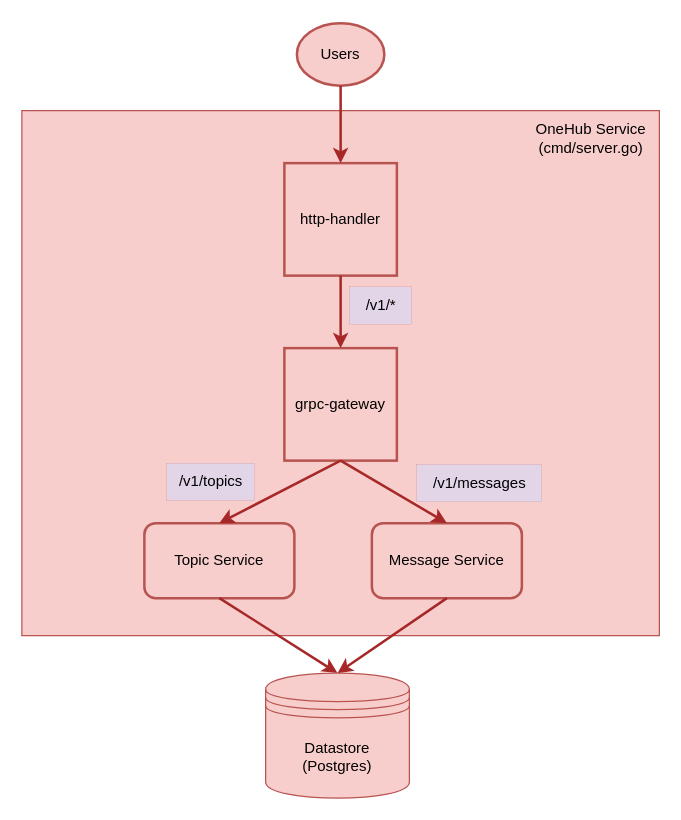
Before: page "Current Architecture" (1 of 2) of public/static/images/Untitled Diagram.drawio in panyam/blog, a draw.io diagram. Source tidied: cells renumbered, new cells numbered last; positions are measured from the earlier drawing's top-left corner, leaving out a move shared by most shapes. Both pictures are drawn from the tidied source at 125%, with x=0, y=0 at pixel (21, 22).
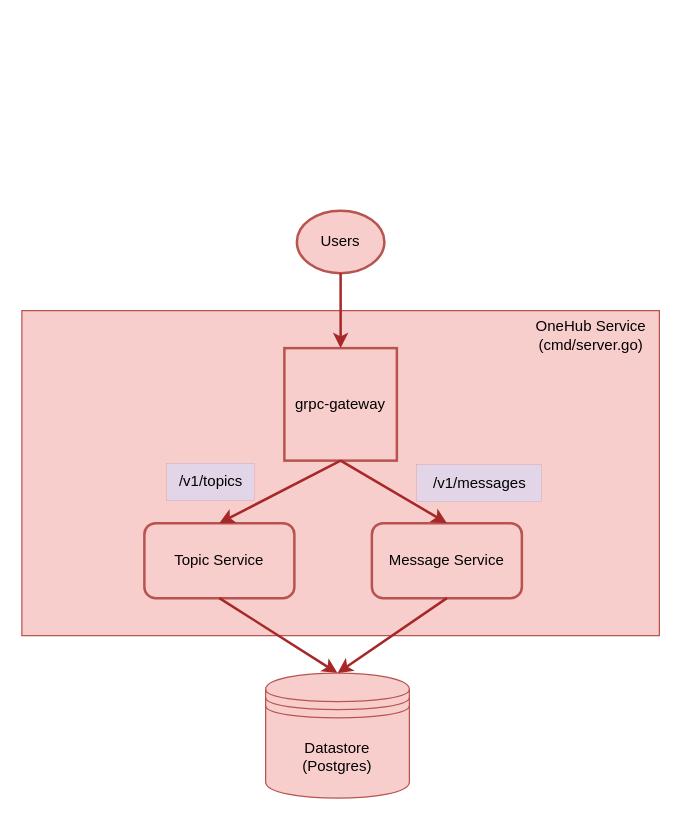
The same diagram, later.

Commit message:
Remove httphandler from current architecture

Change to the diagram source:
```diff
@@
 <mxGraphModel>
   <root>
     <mxCell id="0" />
     <mxCell id="1" parent="0" />
+    <mxCell id="19" style="edgeStyle=orthogonalEdgeStyle;rounded=0;jettySize=auto;html=1;entryX=0.5;entryY=0;entryDx=0;entryDy=0;" parent="1" edge="1" source="2" target="5">
+      <mxGeometry relative="1" as="geometry" />
+    </mxCell>
     <mxCell id="2" style="verticalLabelPosition=bottom;verticalAlign=top;html=1;shape=mxgraph.basic.rect;fillColor2=none;strokeWidth=1;size=20;indent=5;fillColor=#f8cecc;strokeColor=#b85450;" parent="1" vertex="1">
-      <mxGeometry y="70" width="510" height="420" as="geometry" />
+      <mxGeometry y="230" width="510" height="260" as="geometry" />
     </mxCell>
-    <mxCell id="3" value="http-handler" style="whiteSpace=wrap;html=1;fillColor=#f8cecc;strokeColor=#b85450;strokeWidth=2;" parent="1" vertex="1">
-      <mxGeometry x="210" y="112" width="90" height="90" as="geometry" />
-    </mxCell>
     <mxCell id="4" value="Users" style="ellipse;whiteSpace=wrap;html=1;strokeWidth=2;fillColor=#f8cecc;strokeColor=#b85450;" parent="1" vertex="1">
-      <mxGeometry x="220" width="70" height="50" as="geometry" />
+      <mxGeometry x="220" y="150" width="70" height="50" as="geometry" />
     </mxCell>
     <mxCell id="5" value="grpc-gateway" style="whiteSpace=wrap;html=1;fillColor=#f8cecc;strokeColor=#b85450;strokeWidth=2;" parent="1" vertex="1">
       <mxGeometry x="210" y="260" width="90" height="90" as="geometry" />
     </mxCell>
-    <mxCell id="6" style="endArrow=classic;html=1;rounded=0;exitX=0.5;exitY=1;exitDx=0;exitDy=0;entryX=0.5;entryY=0;entryDx=0;entryDy=0;strokeColor=#A62828;strokeWidth=2;fillColor=#e1d5e7;" parent="1" edge="1" source="3" target="5">
-      <mxGeometry relative="1" as="geometry" />
-    </mxCell>
     <mxCell id="7" value="Topic Service" style="rounded=1;whiteSpace=wrap;html=1;fillColor=#f8cecc;strokeColor=#b85450;strokeWidth=2;" parent="1" vertex="1">
       <mxGeometry x="98" y="400" width="120" height="60" as="geometry" />
     </mxCell>
     <mxCell id="8" value="Message Service" style="rounded=1;whiteSpace=wrap;html=1;fillColor=#f8cecc;strokeColor=#b85450;strokeWidth=2;" parent="1" vertex="1">
       <mxGeometry x="280" y="400" width="120" height="60" as="geometry" />
     </mxCell>
     <mxCell id="9" style="endArrow=classic;html=1;rounded=0;exitX=0.5;exitY=1;exitDx=0;exitDy=0;entryX=0.5;entryY=0;entryDx=0;entryDy=0;strokeColor=#A62828;strokeWidth=2;fillColor=#e1d5e7;" parent="1" edge="1" source="5" target="7">
       <mxGeometry relative="1" as="geometry" />
     </mxCell>
     <mxCell id="10" style="endArrow=classic;html=1;rounded=0;exitX=0.5;exitY=1;exitDx=0;exitDy=0;entryX=0.5;entryY=0;entryDx=0;entryDy=0;strokeColor=#A62828;strokeWidth=2;fillColor=#e1d5e7;" parent="1" edge="1" source="5" target="8">
       <mxGeometry relative="1" as="geometry" />
     </mxCell>
     <mxCell id="11" style="endArrow=classic;html=1;rounded=0;exitX=0.5;exitY=1;exitDx=0;exitDy=0;strokeColor=#A62828;strokeWidth=2;fillColor=#e1d5e7;entryX=0.5;entryY=0;entryDx=0;entryDy=0;" parent="1" edge="1" source="8" target="17">
       <mxGeometry relative="1" as="geometry" />
     </mxCell>
     <mxCell id="12" style="endArrow=classic;html=1;rounded=0;exitX=0.5;exitY=1;exitDx=0;exitDy=0;strokeColor=#A62828;strokeWidth=2;fillColor=#e1d5e7;entryX=0.5;entryY=0;entryDx=0;entryDy=0;" parent="1" edge="1" source="7" target="17">
       <mxGeometry relative="1" as="geometry" />
     </mxCell>
     <mxCell id="13" value="/v1/topics" style="text;html=1;align=center;verticalAlign=middle;strokeColor=#A62828;fillColor=#e1d5e7;strokeWidth=0;" parent="1" vertex="1">
       <mxGeometry x="116" y="352" width="70" height="30" as="geometry" />
     </mxCell>
     <mxCell id="14" value="/v1/messages" style="text;html=1;align=center;verticalAlign=middle;strokeColor=#A62828;fillColor=#e1d5e7;strokeWidth=0;" parent="1" vertex="1">
       <mxGeometry x="316" y="353" width="100" height="30" as="geometry" />
     </mxCell>
-    <mxCell id="15" value="/v1/*" style="text;html=1;align=center;verticalAlign=middle;strokeColor=#A62828;fillColor=#e1d5e7;strokeWidth=0;" parent="1" vertex="1">
-      <mxGeometry x="262" y="211" width="50" height="30" as="geometry" />
-    </mxCell>
-    <mxCell id="16" style="endArrow=classic;html=1;rounded=0;exitX=0.5;exitY=1;exitDx=0;exitDy=0;entryX=0.5;entryY=0;entryDx=0;entryDy=0;strokeColor=#A62828;strokeWidth=2;fillColor=#e1d5e7;" parent="1" edge="1" source="4" target="3">
+    <mxCell id="16" style="endArrow=classic;html=1;rounded=0;exitX=0.5;exitY=1;exitDx=0;exitDy=0;entryX=0.5;entryY=0;entryDx=0;entryDy=0;strokeColor=#A62828;strokeWidth=2;fillColor=#e1d5e7;" parent="1" edge="1" source="4" target="5">
       <mxGeometry relative="1" as="geometry" />
     </mxCell>
     <mxCell id="17" value="Datastore&lt;br&gt;(Postgres)" style="shape=datastore;whiteSpace=wrap;html=1;fillColor=#f8cecc;strokeColor=#b85450;" parent="1" vertex="1">
       <mxGeometry x="195" y="520" width="115" height="100" as="geometry" />
     </mxCell>
     <mxCell id="18" value="OneHub Service&lt;br&gt;(cmd/server.go)" style="text;html=1;align=center;verticalAlign=middle;strokeColor=none;fillColor=none;" parent="1" vertex="1">
-      <mxGeometry x="400" y="72" width="110" height="40" as="geometry" />
+      <mxGeometry x="400" y="230" width="110" height="40" as="geometry" />
     </mxCell>
   </root>
 </mxGraphModel>
```
